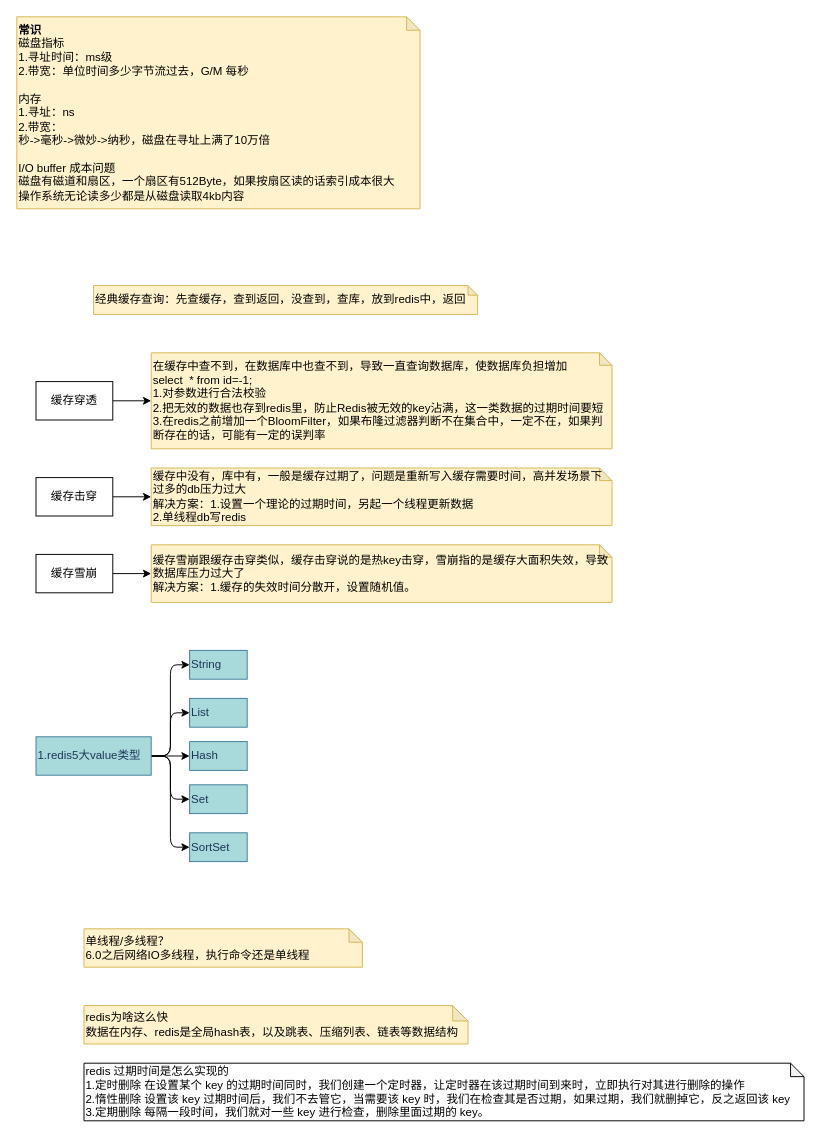
Above: page "redis1" (5 of 11) of Java面试/java基础.drawio in zaixianyonghu/FlowCharts (draw.io), before the change. Source tidied: cells renumbered, new cells numbered last; positions are measured from the earlier drawing's top-left corner, leaving out a move shared by most shapes. Both pictures are drawn from the tidied source at 96%, with x=0, y=0 at pixel (16, 16).
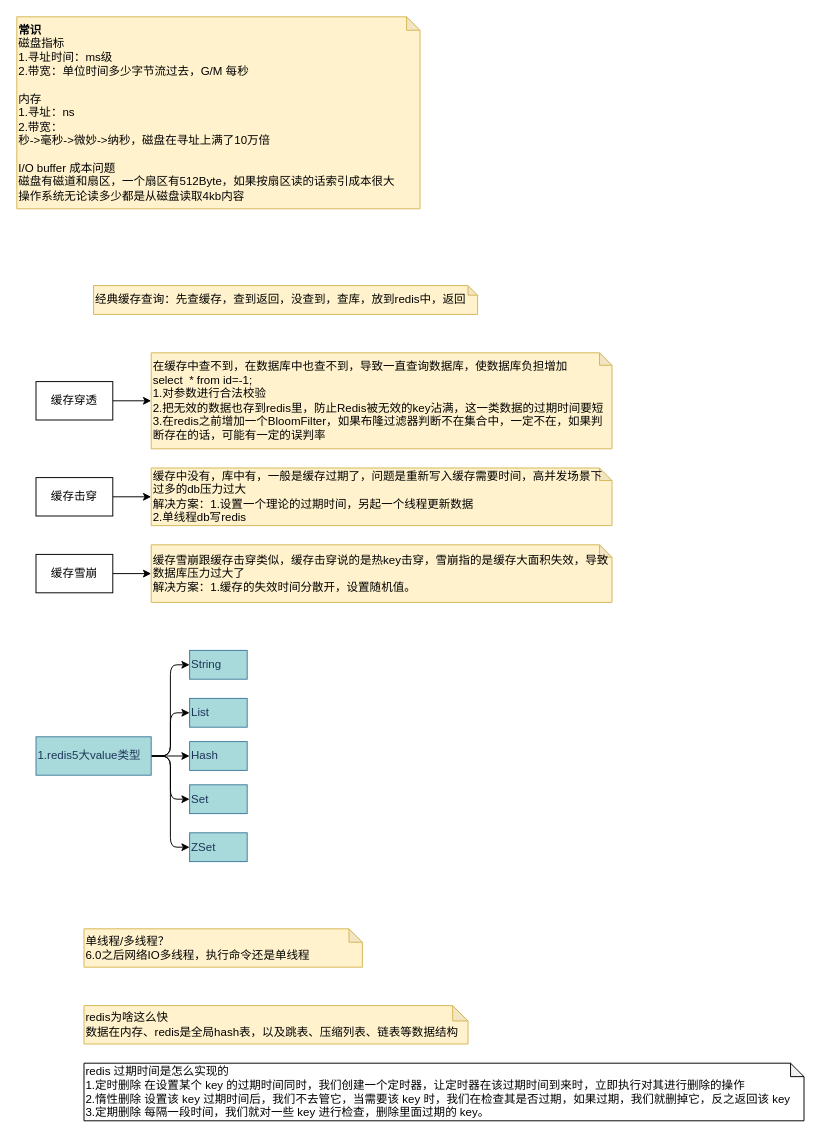
The same page after the edit.

What changed in the source:
```diff
@@
-    <mxCell id="11" value="SortSet" style="whiteSpace=wrap;html=1;rounded=0;labelBackgroundColor=none;sketch=0;fontColor=#1D3557;strokeColor=#457B9D;fillColor=#A8DADC;align=left;" parent="1" vertex="1">
+    <mxCell id="11" value="ZSet" style="whiteSpace=wrap;html=1;rounded=0;labelBackgroundColor=none;sketch=0;fontColor=#1D3557;strokeColor=#457B9D;fillColor=#A8DADC;align=left;" parent="1" vertex="1">
       <mxGeometry x="180" y="850" width="60" height="30" as="geometry" />
     </mxCell>
```
